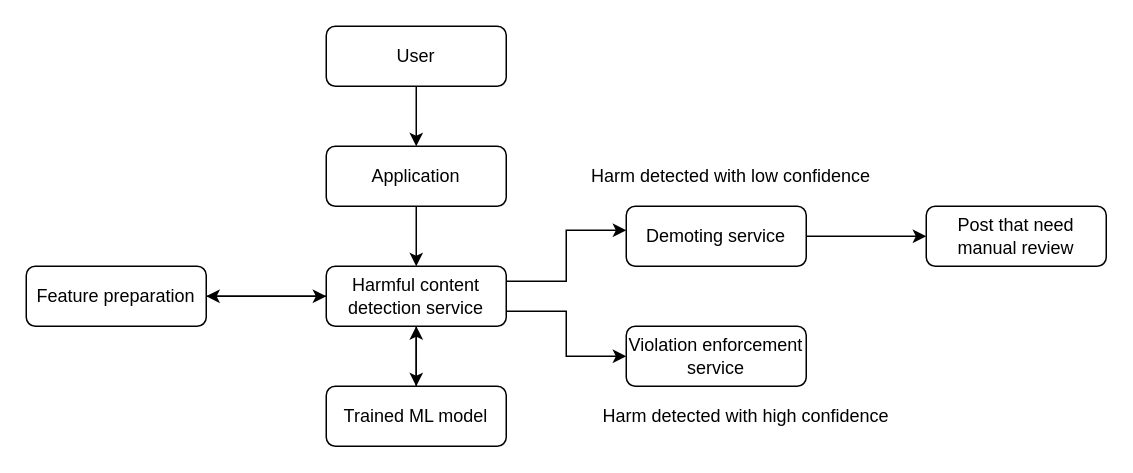
This is machine-learning/image/machine-learning-system-design-1/harmful-content-detection-10.drawio from riehseun/riehseun.github.io, a draw.io file, before an edit. Source tidied: cells renumbered, new cells numbered last; positions are measured from the earlier drawing's top-left corner, leaving out a move shared by most shapes. Both pictures are drawn from the tidied source at 150%, with x=0, y=0 at pixel (26, 26).
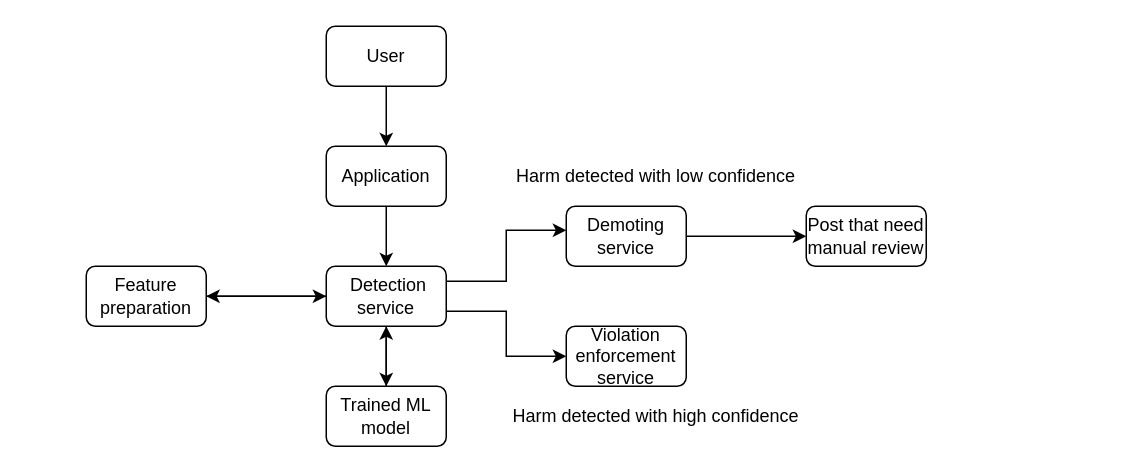
Above is the later version.

Diff of the diagram source:
```diff
@@
     <mxCell id="3" value="User" style="rounded=1;whiteSpace=wrap;html=1;" parent="1" vertex="1">
-      <mxGeometry x="200" width="120" height="40" as="geometry" />
+      <mxGeometry x="200" width="80" height="40" as="geometry" />
     </mxCell>
@@
     <mxCell id="5" value="Application" style="rounded=1;whiteSpace=wrap;html=1;" parent="1" vertex="1">
-      <mxGeometry x="200" y="80" width="120" height="40" as="geometry" />
+      <mxGeometry x="200" y="80" width="80" height="40" as="geometry" />
     </mxCell>
@@
-    <mxCell id="9" value="Harmful content detection service" style="rounded=1;whiteSpace=wrap;html=1;" parent="1" vertex="1">
-      <mxGeometry x="200" y="160" width="120" height="40" as="geometry" />
+    <mxCell id="9" value="&amp;nbsp;Detection service" style="rounded=1;whiteSpace=wrap;html=1;" parent="1" vertex="1">
+      <mxGeometry x="200" y="160" width="80" height="40" as="geometry" />
     </mxCell>
@@
     <mxCell id="11" value="Demoting service" style="rounded=1;whiteSpace=wrap;html=1;" parent="1" vertex="1">
-      <mxGeometry x="400" y="120" width="120" height="40" as="geometry" />
+      <mxGeometry x="360" y="120" width="80" height="40" as="geometry" />
     </mxCell>
     <mxCell id="12" value="Violation enforcement service" style="rounded=1;whiteSpace=wrap;html=1;" parent="1" vertex="1">
-      <mxGeometry x="400" y="200" width="120" height="40" as="geometry" />
+      <mxGeometry x="360" y="200" width="80" height="40" as="geometry" />
     </mxCell>
@@
     <mxCell id="14" value="Feature preparation" style="rounded=1;whiteSpace=wrap;html=1;" parent="1" vertex="1">
-      <mxGeometry y="160" width="120" height="40" as="geometry" />
+      <mxGeometry x="40" y="160" width="80" height="40" as="geometry" />
     </mxCell>
@@
     <mxCell id="16" value="Trained ML model" style="rounded=1;whiteSpace=wrap;html=1;" parent="1" vertex="1">
-      <mxGeometry x="200" y="240" width="120" height="40" as="geometry" />
+      <mxGeometry x="200" y="240" width="80" height="40" as="geometry" />
     </mxCell>
     <mxCell id="17" value="Post that need manual review" style="rounded=1;whiteSpace=wrap;html=1;" parent="1" vertex="1">
-      <mxGeometry x="600" y="120" width="120" height="40" as="geometry" />
+      <mxGeometry x="520" y="120" width="80" height="40" as="geometry" />
     </mxCell>
@@
     <mxCell id="19" value="Harm detected with low confidence" style="text;html=1;strokeColor=none;fillColor=none;align=center;verticalAlign=middle;whiteSpace=wrap;rounded=0;" parent="1" vertex="1">
-      <mxGeometry x="350" y="85" width="240" height="30" as="geometry" />
+      <mxGeometry x="320" y="85" width="200" height="30" as="geometry" />
     </mxCell>
     <mxCell id="20" value="Harm detected with high confidence" style="text;html=1;strokeColor=none;fillColor=none;align=center;verticalAlign=middle;whiteSpace=wrap;rounded=0;" parent="1" vertex="1">
-      <mxGeometry x="360" y="245" width="240" height="30" as="geometry" />
+      <mxGeometry x="320" y="245" width="200" height="30" as="geometry" />
     </mxCell>
```
